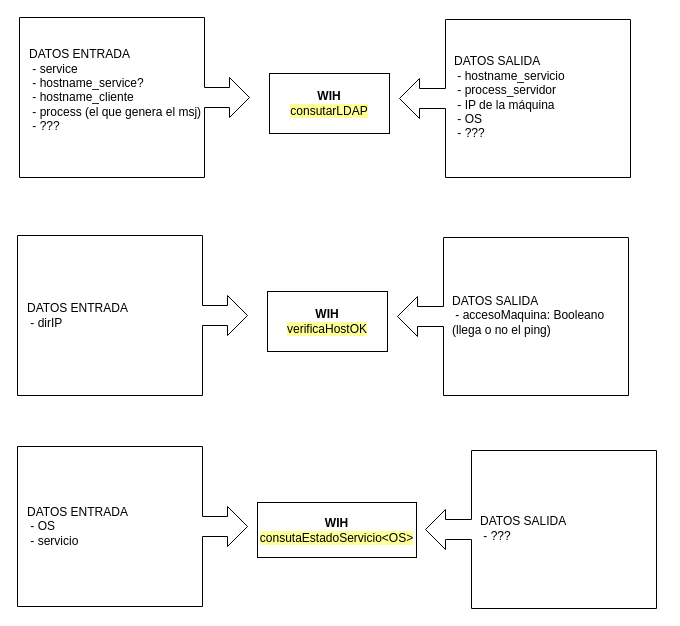
Before: page "WIH" (3 of 3) of esquemaProcesos.drawio in MarianaReyesH/gestionRed, a draw.io diagram. Source tidied: cells renumbered, new cells numbered last; positions are measured from the earlier drawing's top-left corner, leaving out a move shared by most shapes. Both pictures are drawn from the tidied source at 100%, with x=0, y=0 at pixel (17, 17).
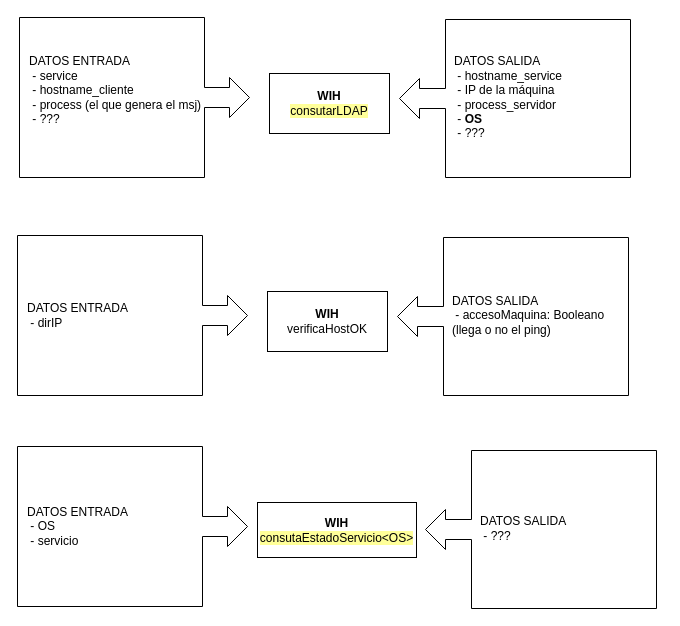
Above is the later version.

Commit message (it also covers changes not shown here):
Solucionado el verificaHostOK_WIH

What changed in the source:
```diff
@@
 <mxGraphModel>
   <root>
     <mxCell id="0" />
     <mxCell id="1" parent="0" />
     <mxCell id="2" value="&lt;b&gt;WIH&lt;/b&gt;&lt;div&gt;&lt;span style=&quot;background-color: rgb(255, 255, 153);&quot;&gt;consutarLDAP&lt;/span&gt;&lt;/div&gt;" style="rounded=0;whiteSpace=wrap;html=1;" parent="1" vertex="1">
       <mxGeometry x="252" y="56" width="120" height="60" as="geometry" />
     </mxCell>
     <mxCell id="3" style="html=1;shadow=0;dashed=0;align=center;verticalAlign=middle;shape=mxgraph.arrows2.calloutArrow;dy=10;dx=20;notch=185;arrowHead=10;" parent="1" vertex="1">
       <mxGeometry x="2" width="230" height="160" as="geometry" />
     </mxCell>
-    <mxCell id="4" value="DATOS ENTRADA&lt;div&gt;&amp;nbsp;- service&lt;/div&gt;&lt;div&gt;&amp;nbsp;- hostname_service?&lt;br&gt;&lt;div&gt;&amp;nbsp;- hostname_cliente&lt;/div&gt;&lt;div&gt;&amp;nbsp;- process (el que genera el msj)&lt;/div&gt;&lt;div&gt;&amp;nbsp;- ???&lt;/div&gt;&lt;div&gt;&amp;nbsp;&lt;/div&gt;&lt;/div&gt;" style="text;html=1;align=left;verticalAlign=middle;whiteSpace=wrap;rounded=0;" parent="1" vertex="1">
+    <mxCell id="4" value="DATOS ENTRADA&lt;div&gt;&amp;nbsp;- service&lt;/div&gt;&lt;div&gt;&lt;span style=&quot;background-color: initial;&quot;&gt;&amp;nbsp;- hostname_cliente&lt;/span&gt;&lt;div&gt;&amp;nbsp;- process (el que genera el msj)&lt;/div&gt;&lt;div&gt;&amp;nbsp;- ???&lt;/div&gt;&lt;div&gt;&amp;nbsp;&lt;/div&gt;&lt;/div&gt;" style="text;html=1;align=left;verticalAlign=middle;whiteSpace=wrap;rounded=0;" parent="1" vertex="1">
       <mxGeometry x="10" width="184" height="159" as="geometry" />
     </mxCell>
     <mxCell id="5" style="html=1;shadow=0;dashed=0;align=center;verticalAlign=middle;shape=mxgraph.arrows2.calloutArrow;dy=10;dx=20;notch=185;arrowHead=10;rotation=-180;" parent="1" vertex="1">
       <mxGeometry x="382" y="2" width="231" height="158" as="geometry" />
     </mxCell>
-    <mxCell id="6" value="DATOS SALIDA&lt;div&gt;&amp;nbsp;- hostname_servicio&lt;/div&gt;&lt;div&gt;&amp;nbsp;- process_servidor&lt;/div&gt;&lt;div&gt;&amp;nbsp;- IP de la máquina&lt;/div&gt;&lt;div&gt;&amp;nbsp;- OS&lt;/div&gt;&lt;div&gt;&amp;nbsp;- ???&lt;/div&gt;" style="text;html=1;align=left;verticalAlign=middle;whiteSpace=wrap;rounded=0;" parent="1" vertex="1">
+    <mxCell id="6" value="DATOS SALIDA&lt;div&gt;&amp;nbsp;- hostname_service&lt;/div&gt;&lt;div&gt;&lt;div&gt;&amp;nbsp;- IP de la máquina&lt;/div&gt;&lt;/div&gt;&lt;div&gt;&amp;nbsp;- process_servidor&lt;/div&gt;&lt;div&gt;&lt;span style=&quot;background-color: initial;&quot;&gt;&amp;nbsp;- &lt;b&gt;OS&lt;/b&gt;&lt;/span&gt;&lt;br&gt;&lt;/div&gt;&lt;div&gt;&amp;nbsp;- ???&lt;/div&gt;" style="text;html=1;align=left;verticalAlign=middle;whiteSpace=wrap;rounded=0;" parent="1" vertex="1">
       <mxGeometry x="435" width="184" height="159" as="geometry" />
     </mxCell>
-    <mxCell id="7" value="&lt;b&gt;WIH&lt;/b&gt;&lt;div&gt;&lt;span style=&quot;background-color: rgb(255, 255, 153);&quot;&gt;verificaHostOK&lt;/span&gt;&lt;/div&gt;" style="rounded=0;whiteSpace=wrap;html=1;" parent="1" vertex="1">
+    <mxCell id="7" value="&lt;b&gt;WIH&lt;/b&gt;&lt;div&gt;&lt;span style=&quot;background-color: rgb(255, 255, 255);&quot;&gt;verificaHostOK&lt;/span&gt;&lt;/div&gt;" style="rounded=0;whiteSpace=wrap;html=1;" parent="1" vertex="1">
       <mxGeometry x="250" y="274" width="120" height="60" as="geometry" />
     </mxCell>
     <mxCell id="8" style="html=1;shadow=0;dashed=0;align=center;verticalAlign=middle;shape=mxgraph.arrows2.calloutArrow;dy=10;dx=20;notch=185;arrowHead=10;" parent="1" vertex="1">
       <mxGeometry y="218" width="230" height="160" as="geometry" />
     </mxCell>
     <mxCell id="9" value="DATOS ENTRADA&lt;div&gt;&amp;nbsp;- dirIP&lt;/div&gt;" style="text;html=1;align=left;verticalAlign=middle;whiteSpace=wrap;rounded=0;" parent="1" vertex="1">
       <mxGeometry x="8" y="218" width="184" height="159" as="geometry" />
     </mxCell>
     <mxCell id="10" style="html=1;shadow=0;dashed=0;align=center;verticalAlign=middle;shape=mxgraph.arrows2.calloutArrow;dy=10;dx=20;notch=185;arrowHead=10;rotation=-180;" parent="1" vertex="1">
       <mxGeometry x="380" y="220" width="231" height="158" as="geometry" />
     </mxCell>
     <mxCell id="11" value="DATOS SALIDA&lt;div&gt;&amp;nbsp;- accesoMaquina: Booleano (llega o no el ping)&lt;/div&gt;" style="text;html=1;align=left;verticalAlign=middle;whiteSpace=wrap;rounded=0;" parent="1" vertex="1">
       <mxGeometry x="433" y="218" width="184" height="159" as="geometry" />
     </mxCell>
     <mxCell id="12" value="&lt;b&gt;WIH&lt;/b&gt;&lt;div&gt;&lt;span style=&quot;background-color: rgb(255, 255, 153);&quot;&gt;consutaEstadoServicio&amp;lt;OS&amp;gt;&lt;/span&gt;&lt;/div&gt;" style="rounded=0;whiteSpace=wrap;html=1;" parent="1" vertex="1">
       <mxGeometry x="240" y="485" width="159" height="55" as="geometry" />
     </mxCell>
     <mxCell id="13" style="html=1;shadow=0;dashed=0;align=center;verticalAlign=middle;shape=mxgraph.arrows2.calloutArrow;dy=10;dx=20;notch=185;arrowHead=10;" parent="1" vertex="1">
       <mxGeometry y="429" width="230" height="160" as="geometry" />
     </mxCell>
     <mxCell id="14" value="DATOS ENTRADA&lt;div&gt;&amp;nbsp;- OS&lt;/div&gt;&lt;div&gt;&amp;nbsp;- servicio&lt;/div&gt;" style="text;html=1;align=left;verticalAlign=middle;whiteSpace=wrap;rounded=0;" parent="1" vertex="1">
       <mxGeometry x="8" y="429" width="184" height="159" as="geometry" />
     </mxCell>
     <mxCell id="15" style="html=1;shadow=0;dashed=0;align=center;verticalAlign=middle;shape=mxgraph.arrows2.calloutArrow;dy=10;dx=20;notch=185;arrowHead=10;rotation=-180;" parent="1" vertex="1">
       <mxGeometry x="408" y="433" width="231" height="158" as="geometry" />
     </mxCell>
     <mxCell id="16" value="DATOS SALIDA&lt;div&gt;&amp;nbsp;- ???&lt;/div&gt;" style="text;html=1;align=left;verticalAlign=middle;whiteSpace=wrap;rounded=0;" parent="1" vertex="1">
       <mxGeometry x="461" y="431" width="184" height="159" as="geometry" />
     </mxCell>
   </root>
 </mxGraphModel>
```
